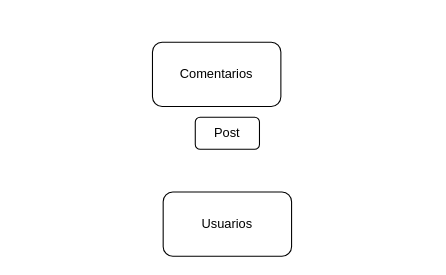
The draw.io diagram Diagrama sin título.drawio in karenbuenoh18/diagramas, before the edit. Source tidied: cells renumbered, new cells numbered last; positions are measured from the earlier drawing's top-left corner, leaving out a move shared by most shapes. Both pictures are drawn from the tidied source at 107%, with x=0, y=0 at pixel (152, 42).
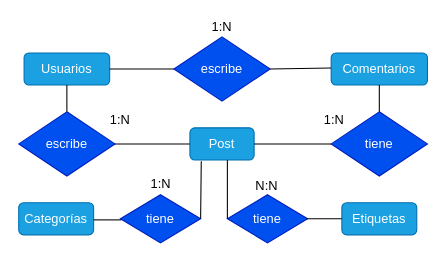
Above is the later version.

The edit, as a diff of the source:
```diff
@@
-    <mxCell id="2" value="Post" style="rounded=1;whiteSpace=wrap;html=1;" parent="1" vertex="1">
-      <mxGeometry x="40" y="70" width="60" height="30" as="geometry" />
+    <mxCell id="2" value="Post" style="rounded=1;whiteSpace=wrap;html=1;fillColor=#1ba1e2;fontColor=#ffffff;strokeColor=#006EAF;" parent="1" vertex="1">
+      <mxGeometry x="35" y="80" width="60" height="30" as="geometry" />
     </mxCell>
-    <mxCell id="3" value="Usuarios" style="rounded=1;whiteSpace=wrap;html=1;" parent="1" vertex="1">
-      <mxGeometry x="10" y="140" width="120" height="60" as="geometry" />
+    <mxCell id="3" value="Usuarios" style="rounded=1;whiteSpace=wrap;html=1;fillColor=#1ba1e2;fontColor=#ffffff;strokeColor=#006EAF;" parent="1" vertex="1">
+      <mxGeometry x="-120" y="10" width="80" height="30" as="geometry" />
     </mxCell>
-    <mxCell id="4" value="Comentarios" style="rounded=1;whiteSpace=wrap;html=1;" parent="1" vertex="1">
-      <mxGeometry width="120" height="60" as="geometry" />
+    <mxCell id="4" value="Comentarios" style="rounded=1;whiteSpace=wrap;html=1;fillColor=#1ba1e2;fontColor=#ffffff;strokeColor=#006EAF;" parent="1" vertex="1">
+      <mxGeometry x="167" y="10" width="90" height="30" as="geometry" />
     </mxCell>
+    <mxCell id="5" value="Categorías" style="rounded=1;whiteSpace=wrap;html=1;fillColor=#1ba1e2;fontColor=#ffffff;strokeColor=#006EAF;" parent="1" vertex="1">
+      <mxGeometry x="-125" y="150" width="70" height="30" as="geometry" />
+    </mxCell>
+    <mxCell id="6" value="Etiquetas" style="rounded=1;whiteSpace=wrap;html=1;fillColor=#1ba1e2;fontColor=#ffffff;strokeColor=#006EAF;" parent="1" vertex="1">
+      <mxGeometry x="177" y="150" width="70" height="30" as="geometry" />
+    </mxCell>
+    <mxCell id="7" value="escribe" style="rhombus;whiteSpace=wrap;html=1;fillColor=#0050ef;fontColor=#ffffff;strokeColor=#001DBC;" parent="1" vertex="1">
+      <mxGeometry x="20" y="-5" width="90" height="60" as="geometry" />
+    </mxCell>
+    <mxCell id="8" value="escribe" style="rhombus;whiteSpace=wrap;html=1;fillColor=#0050ef;fontColor=#ffffff;strokeColor=#001DBC;" parent="1" vertex="1">
+      <mxGeometry x="-125" y="65" width="90" height="60" as="geometry" />
+    </mxCell>
+    <mxCell id="9" value="tiene" style="rhombus;whiteSpace=wrap;html=1;fillColor=#0050ef;fontColor=#ffffff;strokeColor=#001DBC;gradientColor=none;" parent="1" vertex="1">
+      <mxGeometry x="167" y="65" width="90" height="60" as="geometry" />
+    </mxCell>
+    <mxCell id="10" value="1:N" style="text;html=1;strokeColor=none;fillColor=none;align=center;verticalAlign=middle;whiteSpace=wrap;rounded=0;" parent="1" vertex="1">
+      <mxGeometry x="150" y="65" width="40" height="15" as="geometry" />
+    </mxCell>
+    <mxCell id="11" value="1:N" style="text;html=1;strokeColor=none;fillColor=none;align=center;verticalAlign=middle;whiteSpace=wrap;rounded=0;" parent="1" vertex="1">
+      <mxGeometry x="45" y="-22" width="40" height="15" as="geometry" />
+    </mxCell>
+    <mxCell id="12" value="1:N" style="text;html=1;strokeColor=none;fillColor=none;align=center;verticalAlign=middle;whiteSpace=wrap;rounded=0;" parent="1" vertex="1">
+      <mxGeometry x="-50" y="65" width="40" height="15" as="geometry" />
+    </mxCell>
+    <mxCell id="13" style="endArrow=none;html=1;rounded=0;entryX=0.5;entryY=1;entryDx=0;entryDy=0;" parent="1" edge="1" target="3">
+      <mxGeometry relative="1" as="geometry">
+        <mxPoint x="-80" y="65" as="sourcePoint" />
+      </mxGeometry>
+    </mxCell>
+    <mxCell id="14" style="endArrow=none;html=1;rounded=0;entryX=0;entryY=0.5;entryDx=0;entryDy=0;exitX=1;exitY=0.5;exitDx=0;exitDy=0;" parent="1" edge="1" source="3" target="7">
+      <mxGeometry relative="1" as="geometry" />
+    </mxCell>
+    <mxCell id="15" style="endArrow=none;html=1;rounded=0;entryX=0;entryY=0.5;entryDx=0;entryDy=0;" parent="1" edge="1">
+      <mxGeometry relative="1" as="geometry">
+        <mxPoint x="110" y="25" as="sourcePoint" />
+        <mxPoint x="167" y="24" as="targetPoint" />
+      </mxGeometry>
+    </mxCell>
+    <mxCell id="16" style="endArrow=none;html=1;rounded=0;entryX=0.5;entryY=1;entryDx=0;entryDy=0;" parent="1" edge="1" target="4">
+      <mxGeometry relative="1" as="geometry">
+        <mxPoint x="212" y="65" as="sourcePoint" />
+      </mxGeometry>
+    </mxCell>
+    <mxCell id="17" style="endArrow=none;html=1;rounded=0;entryX=0;entryY=0.5;entryDx=0;entryDy=0;" parent="1" edge="1" target="2">
+      <mxGeometry relative="1" as="geometry">
+        <mxPoint x="-35" y="95" as="sourcePoint" />
+      </mxGeometry>
+    </mxCell>
+    <mxCell id="18" style="endArrow=none;html=1;rounded=0;exitX=1;exitY=0.5;exitDx=0;exitDy=0;" parent="1" edge="1" source="2">
+      <mxGeometry relative="1" as="geometry">
+        <mxPoint x="167" y="95" as="targetPoint" />
+      </mxGeometry>
+    </mxCell>
+    <mxCell id="19" value="tiene" style="rhombus;whiteSpace=wrap;html=1;fillColor=#0050ef;fontColor=#ffffff;strokeColor=#001DBC;gradientColor=none;" parent="1" vertex="1">
+      <mxGeometry x="-30" y="142.5" width="75" height="45" as="geometry" />
+    </mxCell>
+    <mxCell id="20" style="endArrow=none;html=1;rounded=0;entryX=0;entryY=0.5;entryDx=0;entryDy=0;" parent="1" edge="1">
+      <mxGeometry relative="1" as="geometry">
+        <mxPoint x="-55" y="166" as="sourcePoint" />
+        <mxPoint x="-29" y="166" as="targetPoint" />
+      </mxGeometry>
+    </mxCell>
+    <mxCell id="21" style="endArrow=none;html=1;rounded=0;entryX=0.344;entryY=1.039;entryDx=0;entryDy=0;entryPerimeter=0;" parent="1" edge="1">
+      <mxGeometry relative="1" as="geometry">
+        <mxPoint x="45" y="165" as="sourcePoint" />
+        <mxPoint x="45.6" y="111.2" as="targetPoint" />
+      </mxGeometry>
+    </mxCell>
+    <mxCell id="22" value="tiene" style="rhombus;whiteSpace=wrap;html=1;fillColor=#0050ef;fontColor=#ffffff;strokeColor=#001DBC;gradientColor=none;" parent="1" vertex="1">
+      <mxGeometry x="70" y="142.5" width="75" height="45" as="geometry" />
+    </mxCell>
+    <mxCell id="23" style="endArrow=none;html=1;rounded=0;exitX=0;exitY=0.5;exitDx=0;exitDy=0;" parent="1" edge="1" source="22">
+      <mxGeometry relative="1" as="geometry">
+        <mxPoint x="70" y="110" as="targetPoint" />
+      </mxGeometry>
+    </mxCell>
+    <mxCell id="24" style="endArrow=none;html=1;rounded=0;entryX=0;entryY=0.5;entryDx=0;entryDy=0;" parent="1" edge="1" target="6">
+      <mxGeometry relative="1" as="geometry">
+        <mxPoint x="144" y="165" as="sourcePoint" />
+      </mxGeometry>
+    </mxCell>
+    <mxCell id="25" value="1:N" style="text;html=1;strokeColor=none;fillColor=none;align=center;verticalAlign=middle;whiteSpace=wrap;rounded=0;" parent="1" vertex="1">
+      <mxGeometry x="-12.5" y="125" width="40" height="15" as="geometry" />
+    </mxCell>
+    <mxCell id="26" value="N:N" style="text;html=1;strokeColor=none;fillColor=none;align=center;verticalAlign=middle;whiteSpace=wrap;rounded=0;" parent="1" vertex="1">
+      <mxGeometry x="87" y="127.5" width="40" height="15" as="geometry" />
+    </mxCell>
```
